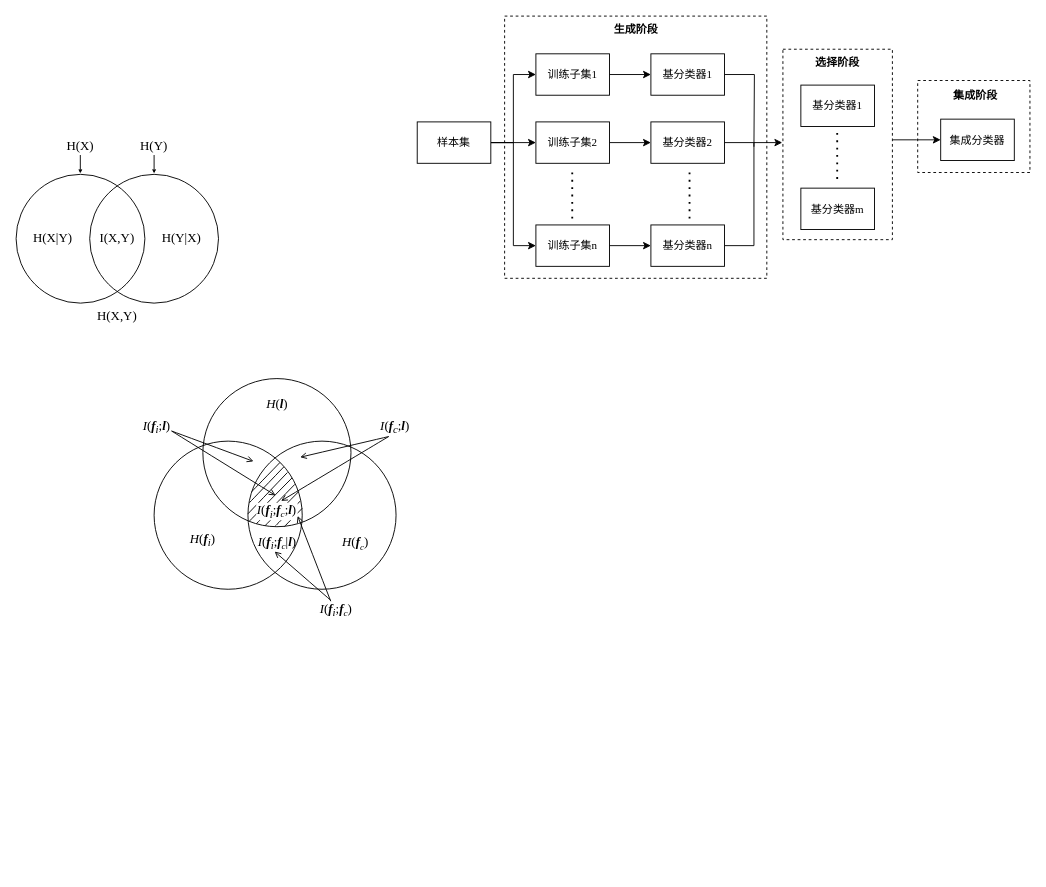
The draw.io diagram mi.drawio in qn-wu/mall, before the edit. Source tidied: cells renumbered, new cells numbered last; positions are measured from the earlier drawing's top-left corner, leaving out a move shared by most shapes. Both pictures are drawn from the tidied source at 92%, with x=0, y=0 at pixel (16, 16).
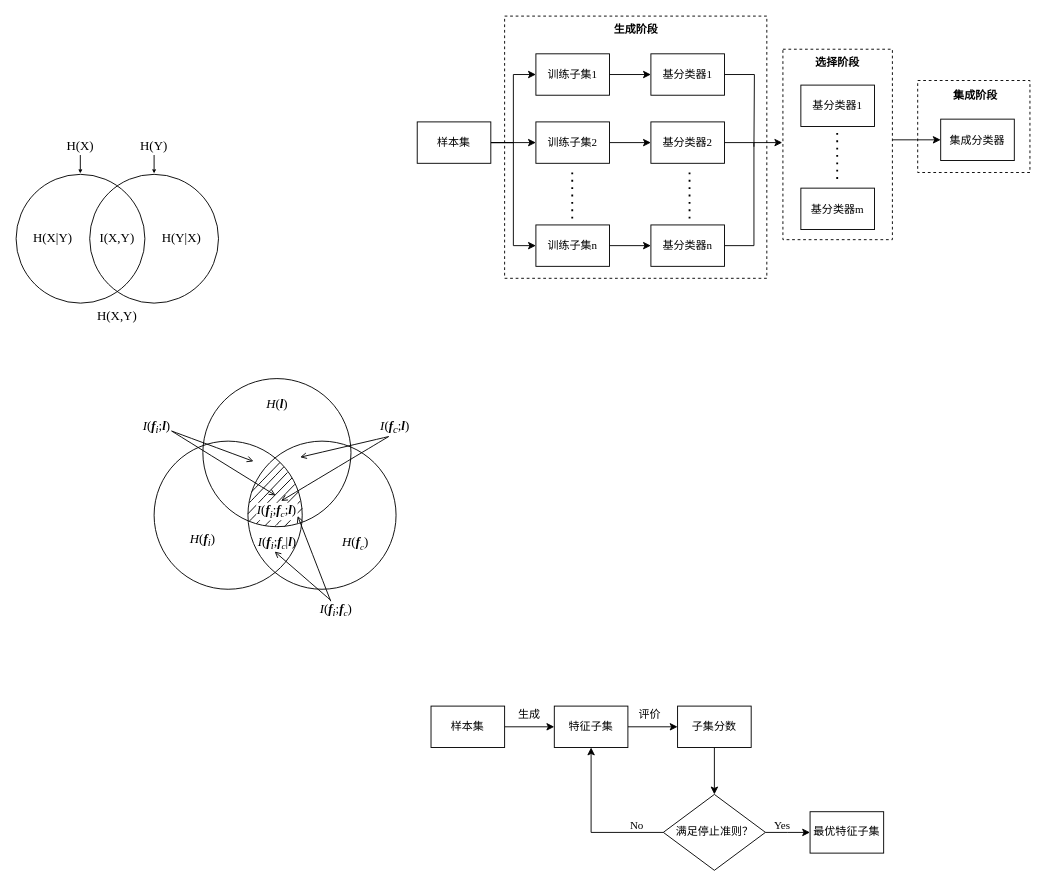
Above is the later version.

Diff of the diagram source:
```diff
@@
+    <mxCell id="66" style="edgeStyle=orthogonalEdgeStyle;rounded=0;jettySize=auto;html=1;fontFamily=Times New Roman;" parent="1" edge="1" source="67" target="69">
+      <mxGeometry relative="1" as="geometry" />
+    </mxCell>
+    <mxCell id="67" value="&lt;font face=&quot;Times New Roman&quot; style=&quot;font-size: 12px&quot;&gt;样本集&lt;/font&gt;" style="rounded=0;whiteSpace=wrap;html=1;" parent="1" vertex="1">
+      <mxGeometry x="451" y="750" width="80" height="45" as="geometry" />
+    </mxCell>
+    <mxCell id="68" style="edgeStyle=orthogonalEdgeStyle;rounded=0;jettySize=auto;html=1;fontFamily=Times New Roman;" parent="1" edge="1" source="69" target="71">
+      <mxGeometry relative="1" as="geometry" />
+    </mxCell>
+    <mxCell id="69" value="&lt;font face=&quot;Times New Roman&quot; style=&quot;font-size: 12px&quot;&gt;特征子集&lt;/font&gt;" style="rounded=0;whiteSpace=wrap;html=1;" parent="1" vertex="1">
+      <mxGeometry x="585" y="750" width="80" height="45" as="geometry" />
+    </mxCell>
+    <mxCell id="70" style="edgeStyle=orthogonalEdgeStyle;rounded=0;jettySize=auto;html=1;fontFamily=Times New Roman;" parent="1" edge="1" source="71" target="74">
+      <mxGeometry relative="1" as="geometry" />
+    </mxCell>
+    <mxCell id="71" value="&lt;font face=&quot;Times New Roman&quot;&gt;子集分数&lt;/font&gt;" style="rounded=0;whiteSpace=wrap;html=1;" parent="1" vertex="1">
+      <mxGeometry x="719" y="750" width="80" height="45" as="geometry" />
+    </mxCell>
+    <mxCell id="72" style="edgeStyle=orthogonalEdgeStyle;rounded=0;jettySize=auto;html=1;fontFamily=Times New Roman;" parent="1" edge="1" source="74" target="69">
+      <mxGeometry relative="1" as="geometry" />
+    </mxCell>
+    <mxCell id="73" style="edgeStyle=orthogonalEdgeStyle;rounded=0;jettySize=auto;html=1;fontFamily=Times New Roman;" parent="1" edge="1" source="74" target="75">
+      <mxGeometry relative="1" as="geometry" />
+    </mxCell>
+    <mxCell id="74" value="&lt;font face=&quot;Times New Roman&quot;&gt;满足停止准则？&lt;/font&gt;" style="rhombus;whiteSpace=wrap;html=1;rounded=0;" parent="1" vertex="1">
+      <mxGeometry x="703.5" y="846" width="111" height="82.5" as="geometry" />
+    </mxCell>
+    <mxCell id="75" value="&lt;font face=&quot;Times New Roman&quot; style=&quot;font-size: 12px&quot;&gt;最优特征子集&lt;/font&gt;" style="rounded=0;whiteSpace=wrap;html=1;" parent="1" vertex="1">
+      <mxGeometry x="863" y="864.8" width="80" height="45" as="geometry" />
+    </mxCell>
+    <mxCell id="76" value="No" style="text;html=1;strokeColor=none;fillColor=none;align=center;verticalAlign=middle;whiteSpace=wrap;rounded=0;fontFamily=Times New Roman;" parent="1" vertex="1">
+      <mxGeometry x="645" y="864.8" width="60" height="30" as="geometry" />
+    </mxCell>
+    <mxCell id="77" value="Yes" style="text;html=1;strokeColor=none;fillColor=none;align=center;verticalAlign=middle;whiteSpace=wrap;rounded=0;fontFamily=Times New Roman;" parent="1" vertex="1">
+      <mxGeometry x="803" y="864.8" width="60" height="30" as="geometry" />
+    </mxCell>
+    <mxCell id="78" value="生成" style="text;html=1;strokeColor=none;fillColor=none;align=center;verticalAlign=middle;whiteSpace=wrap;rounded=0;fontFamily=Times New Roman;" parent="1" vertex="1">
+      <mxGeometry x="528" y="744" width="60" height="30" as="geometry" />
+    </mxCell>
+    <mxCell id="79" value="评价" style="text;html=1;strokeColor=none;fillColor=none;align=center;verticalAlign=middle;whiteSpace=wrap;rounded=0;fontFamily=Times New Roman;" parent="1" vertex="1">
+      <mxGeometry x="659" y="744" width="60" height="30" as="geometry" />
+    </mxCell>
```
